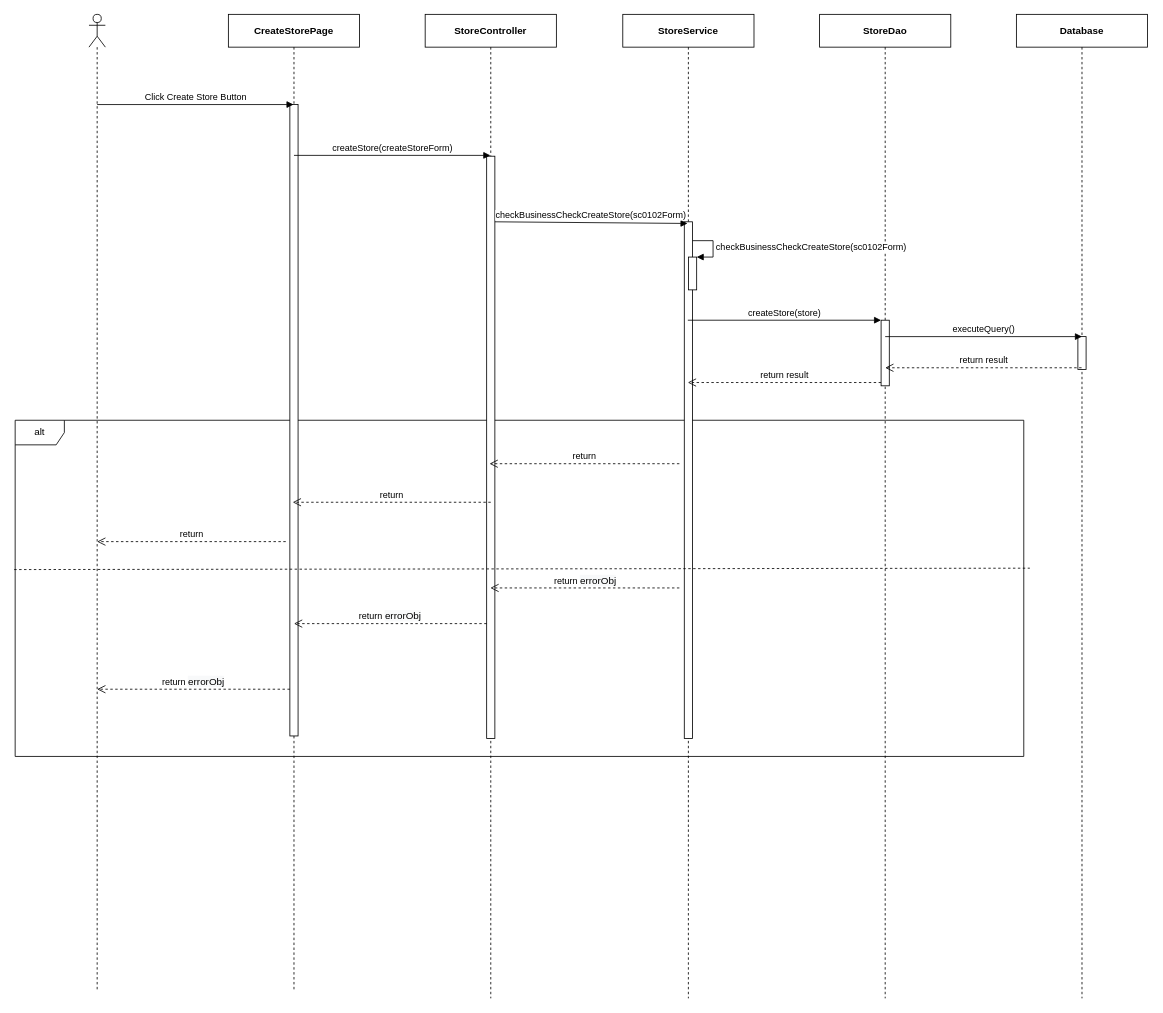
Before: 0. Create/Sequece/sc01/SC0102_CreateStore.drawio in luannmdev/CapstoneDocument, a draw.io diagram. Source tidied: cells renumbered, new cells numbered last; positions are measured from the earlier drawing's top-left corner, leaving out a move shared by most shapes. Both pictures are drawn from the tidied source at 82%, with x=0, y=0 at pixel (14, 14).
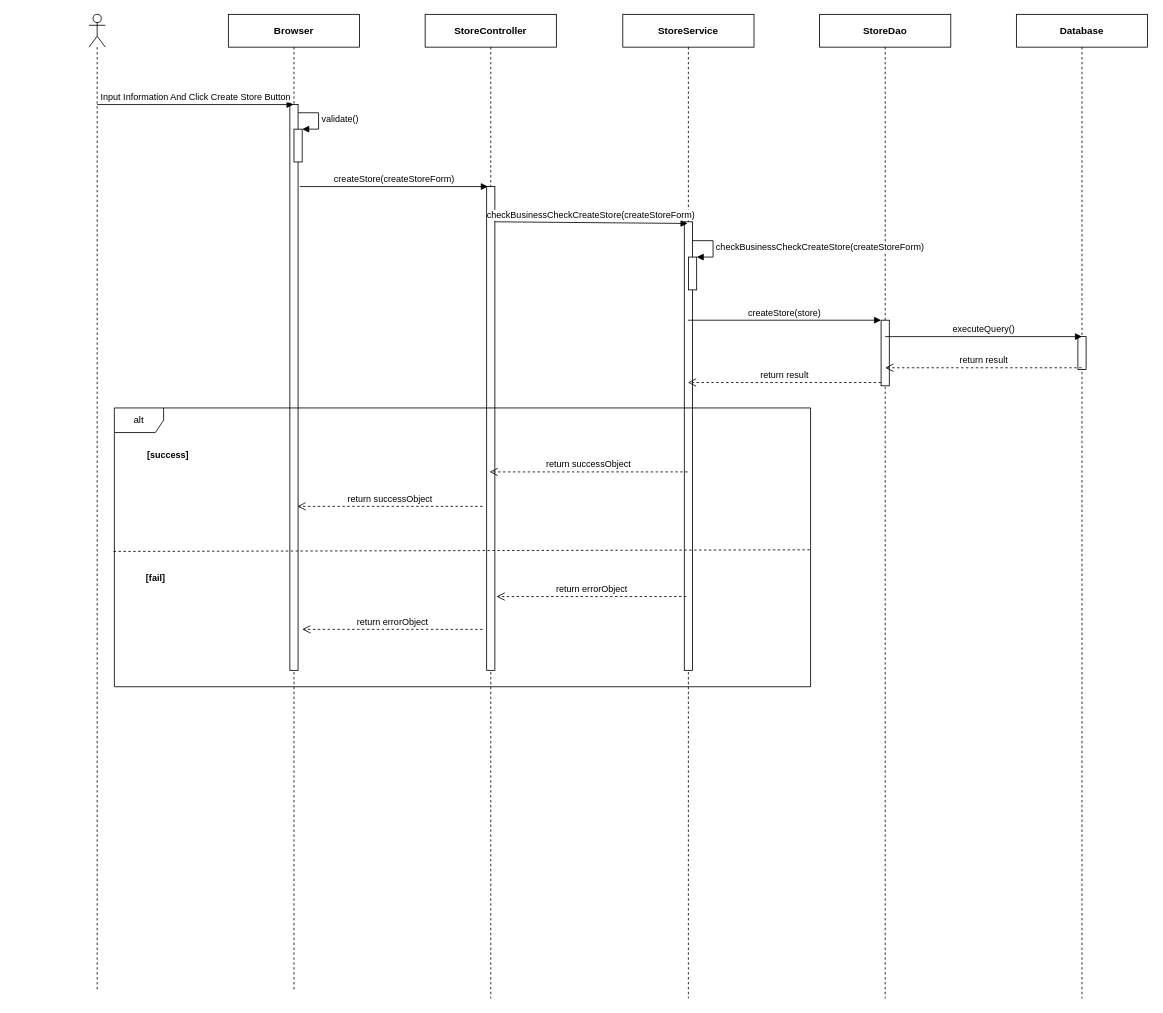
The same diagram, later.

Unchanged cells that the change refers to:
```xml
<mxCell id="7" value="&lt;b&gt;StoreService&lt;/b&gt;" style="shape=umlLifeline;perimeter=lifelinePerimeter;whiteSpace=wrap;html=1;" parent="1" vertex="1">
  <mxGeometry x="742" width="160" height="1200" as="geometry" />
</mxCell>
<mxCell id="9" value="&lt;b&gt;StoreController&lt;/b&gt;" style="shape=umlLifeline;perimeter=lifelinePerimeter;whiteSpace=wrap;html=1;" parent="1" vertex="1">
  <mxGeometry x="501" width="160" height="1200" as="geometry" />
</mxCell>
<mxCell id="14" style="html=1;points=[];perimeter=orthogonalPerimeter;" parent="1" vertex="1">
  <mxGeometry x="822.1" y="296" width="10" height="40" as="geometry" />
</mxCell>
```

Diff of the diagram source:
```diff
@@
-    <mxCell id="2" value="alt" style="shape=umlFrame;whiteSpace=wrap;html=1;" parent="1" vertex="1">
-      <mxGeometry x="1" y="495" width="1230" height="410" as="geometry" />
-    </mxCell>
@@
-    <mxCell id="4" value="&lt;b&gt;CreateStorePage&lt;/b&gt;" style="shape=umlLifeline;perimeter=lifelinePerimeter;whiteSpace=wrap;html=1;outlineConnect=0;" parent="1" vertex="1">
+    <mxCell id="4" value="&lt;b&gt;Browser&lt;/b&gt;" style="shape=umlLifeline;perimeter=lifelinePerimeter;whiteSpace=wrap;html=1;outlineConnect=0;" parent="1" vertex="1">
       <mxGeometry x="261" width="160" height="1190" as="geometry" />
     </mxCell>
     <mxCell id="5" style="html=1;perimeter=orthogonalPerimeter;" parent="4" vertex="1">
-      <mxGeometry x="75" y="110" width="10" height="770" as="geometry" />
+      <mxGeometry x="75" y="110" width="10" height="690" as="geometry" />
     </mxCell>
@@
     <mxCell id="8" style="html=1;perimeter=orthogonalPerimeter;" parent="7" vertex="1">
-      <mxGeometry x="75" y="253" width="10" height="630" as="geometry" />
+      <mxGeometry x="75" y="253" width="10" height="547" as="geometry" />
     </mxCell>
@@
     <mxCell id="10" style="html=1;perimeter=orthogonalPerimeter;" parent="9" vertex="1">
-      <mxGeometry x="75" y="173" width="10" height="710" as="geometry" />
+      <mxGeometry x="75" y="210" width="10" height="590" as="geometry" />
     </mxCell>
-    <mxCell id="11" value="Click Create Store Button" style="html=1;verticalAlign=bottom;endArrow=block;" parent="1" edge="1" target="4">
+    <mxCell id="11" value="Input Information And Click Create Store Button" style="html=1;verticalAlign=bottom;endArrow=block;" parent="1" edge="1" target="4">
       <mxGeometry relative="1" as="geometry">
         <mxPoint x="101" y="110" as="sourcePoint" />
       </mxGeometry>
     </mxCell>
     <mxCell id="12" value="createStore(createStoreForm)" style="html=1;verticalAlign=bottom;endArrow=block;" parent="1" edge="1">
       <mxGeometry relative="1" as="geometry">
-        <mxPoint x="341" y="172" as="sourcePoint" />
-        <mxPoint x="580.5" y="172" as="targetPoint" />
+        <mxPoint x="348" y="210" as="sourcePoint" />
+        <mxPoint x="577.5" y="210" as="targetPoint" />
       </mxGeometry>
     </mxCell>
-    <mxCell id="13" value="checkBusinessCheckCreateStore(sc0102Form)" style="html=1;verticalAlign=bottom;endArrow=block;" parent="1" edge="1">
+    <mxCell id="13" value="checkBusinessCheckCreateStore(createStoreForm)" style="html=1;verticalAlign=bottom;endArrow=block;" parent="1" edge="1">
       <mxGeometry relative="1" as="geometry">
         <mxPoint x="586.1" y="253" as="sourcePoint" />
         <mxPoint x="821" y="255" as="targetPoint" />
       </mxGeometry>
     </mxCell>
@@
-    <mxCell id="15" value="&lt;span style=&quot;text-align: center&quot;&gt;checkBusinessCheckCreateStore(sc0102Form)&lt;/span&gt;" style="edgeStyle=orthogonalEdgeStyle;html=1;align=left;spacingLeft=2;endArrow=block;rounded=0;entryX=1;entryY=0;" parent="1" edge="1" target="14">
+    <mxCell id="15" value="&lt;span style=&quot;text-align: center&quot;&gt;checkBusinessCheckCreateStore(&lt;/span&gt;&lt;span style=&quot;text-align: center&quot;&gt;createStoreForm&lt;/span&gt;&lt;span style=&quot;text-align: center&quot;&gt;)&lt;/span&gt;" style="edgeStyle=orthogonalEdgeStyle;html=1;align=left;spacingLeft=2;endArrow=block;rounded=0;entryX=1;entryY=0;" parent="1" edge="1" target="14">
       <mxGeometry relative="1" as="geometry">
         <mxPoint x="827.1" y="276" as="sourcePoint" />
         <Array as="points">
           <mxPoint x="852.1" y="276" />
         </Array>
       </mxGeometry>
     </mxCell>
@@
-    <mxCell id="19" value="return&amp;nbsp;&lt;span style=&quot;font-size: 12px ; background-color: rgb(248 , 249 , 250)&quot;&gt;errorObj&lt;/span&gt;" style="html=1;verticalAlign=bottom;endArrow=open;dashed=1;endSize=8;" parent="1" edge="1">
-      <mxGeometry relative="1" as="geometry">
-        <mxPoint x="811" y="699.5" as="sourcePoint" />
-        <mxPoint x="580.5" y="699.5" as="targetPoint" />
-      </mxGeometry>
-    </mxCell>
-    <mxCell id="20" value="return&amp;nbsp;&lt;span style=&quot;font-size: 12px ; background-color: rgb(248 , 249 , 250)&quot;&gt;errorObj&lt;/span&gt;" style="html=1;verticalAlign=bottom;endArrow=open;dashed=1;endSize=8;" parent="1" edge="1">
-      <mxGeometry relative="1" as="geometry">
-        <mxPoint x="576" y="743" as="sourcePoint" />
-        <mxPoint x="341" y="743" as="targetPoint" />
-      </mxGeometry>
-    </mxCell>
-    <mxCell id="21" value="return" style="html=1;verticalAlign=bottom;endArrow=open;dashed=1;endSize=8;" parent="1" edge="1">
-      <mxGeometry relative="1" as="geometry">
-        <mxPoint x="811" y="548" as="sourcePoint" />
-        <mxPoint x="579.5" y="548" as="targetPoint" />
-      </mxGeometry>
-    </mxCell>
-    <mxCell id="22" style="endArrow=none;dashed=1;html=1;entryX=1.006;entryY=0.362;entryDx=0;entryDy=0;entryPerimeter=0;exitX=-0.001;exitY=0.366;exitDx=0;exitDy=0;exitPerimeter=0;" parent="1" edge="1">
-      <mxGeometry relative="1" as="geometry">
-        <mxPoint x="-0.2" y="677.1" as="sourcePoint" />
-        <mxPoint x="1238.4" y="675.4" as="targetPoint" />
-      </mxGeometry>
-    </mxCell>
-    <mxCell id="23" value="return" style="html=1;verticalAlign=bottom;endArrow=open;dashed=1;endSize=8;" parent="1" edge="1">
-      <mxGeometry relative="1" as="geometry">
-        <mxPoint x="581" y="595" as="sourcePoint" />
-        <mxPoint x="339.5" y="595" as="targetPoint" />
-      </mxGeometry>
-    </mxCell>
@@
-    <mxCell id="28" value="return" style="html=1;verticalAlign=bottom;endArrow=open;dashed=1;endSize=8;" parent="1" edge="1">
-      <mxGeometry relative="1" as="geometry">
-        <mxPoint x="331" y="643" as="sourcePoint" />
-        <mxPoint x="101" y="643" as="targetPoint" />
-      </mxGeometry>
-    </mxCell>
-    <mxCell id="29" value="return&amp;nbsp;&lt;span style=&quot;font-size: 12px ; background-color: rgb(248 , 249 , 250)&quot;&gt;errorObj&lt;/span&gt;" style="html=1;verticalAlign=bottom;endArrow=open;dashed=1;endSize=8;" parent="1" edge="1">
-      <mxGeometry relative="1" as="geometry">
-        <mxPoint x="336" y="823" as="sourcePoint" />
-        <mxPoint x="101" y="823" as="targetPoint" />
-      </mxGeometry>
-    </mxCell>
+    <mxCell id="2" value="alt" style="shape=umlFrame;whiteSpace=wrap;html=1;" parent="1" vertex="1">
+      <mxGeometry x="122" y="480" width="849" height="340" as="geometry" />
+    </mxCell>
+    <mxCell id="30" value="&lt;span style=&quot;font-size: 11px ; background-color: rgb(255 , 255 , 255)&quot;&gt;&lt;b&gt;[success]&lt;/b&gt;&lt;/span&gt;" style="text;html=1;align=center;verticalAlign=middle;" parent="1" vertex="1">
+      <mxGeometry x="152" y="528" width="70" height="20" as="geometry" />
+    </mxCell>
+    <mxCell id="31" value="&lt;span style=&quot;font-size: 11px ; background-color: rgb(255 , 255 , 255)&quot;&gt;&lt;b&gt;[fail]&lt;/b&gt;&lt;/span&gt;" style="text;html=1;align=center;verticalAlign=middle;" parent="1" vertex="1">
+      <mxGeometry x="152" y="678" width="40" height="20" as="geometry" />
+    </mxCell>
+    <mxCell id="32" value="return errorObject" style="html=1;verticalAlign=bottom;endArrow=open;dashed=1;endSize=8;" parent="1" edge="1">
+      <mxGeometry relative="1" as="geometry">
+        <mxPoint x="571" y="750" as="sourcePoint" />
+        <mxPoint x="351" y="750" as="targetPoint" />
+      </mxGeometry>
+    </mxCell>
+    <mxCell id="33" value="return successObject" style="html=1;verticalAlign=bottom;endArrow=open;dashed=1;endSize=8;" parent="1" edge="1">
+      <mxGeometry relative="1" as="geometry">
+        <mxPoint x="571" y="600" as="sourcePoint" />
+        <mxPoint x="345.2" y="600" as="targetPoint" />
+      </mxGeometry>
+    </mxCell>
+    <mxCell id="34" value="return successObject" style="html=1;verticalAlign=bottom;endArrow=open;dashed=1;endSize=8;" parent="1" edge="1">
+      <mxGeometry relative="1" as="geometry">
+        <mxPoint x="821" y="558" as="sourcePoint" />
+        <mxPoint x="579.5" y="558" as="targetPoint" />
+      </mxGeometry>
+    </mxCell>
+    <mxCell id="35" value="return errorObject" style="html=1;verticalAlign=bottom;endArrow=open;dashed=1;endSize=8;" parent="1" edge="1">
+      <mxGeometry relative="1" as="geometry">
+        <mxPoint x="819.5" y="710" as="sourcePoint" />
+        <mxPoint x="588" y="710" as="targetPoint" />
+      </mxGeometry>
+    </mxCell>
+    <mxCell id="36" style="endArrow=none;dashed=1;html=1;exitX=-0.001;exitY=0.303;exitDx=0;exitDy=0;exitPerimeter=0;" parent="1" edge="1">
+      <mxGeometry relative="1" as="geometry">
+        <mxPoint x="121" y="655" as="sourcePoint" />
+        <mxPoint x="971" y="653" as="targetPoint" />
+      </mxGeometry>
+    </mxCell>
+    <mxCell id="37" style="html=1;points=[];perimeter=orthogonalPerimeter;" parent="1" vertex="1">
+      <mxGeometry x="341" y="140" width="10" height="40" as="geometry" />
+    </mxCell>
+    <mxCell id="38" value="validate()" style="edgeStyle=orthogonalEdgeStyle;html=1;align=left;spacingLeft=2;endArrow=block;rounded=0;entryX=1;entryY=0;" parent="1" edge="1" target="37">
+      <mxGeometry relative="1" as="geometry">
+        <mxPoint x="346" y="120" as="sourcePoint" />
+        <Array as="points">
+          <mxPoint x="371" y="120" />
+        </Array>
+      </mxGeometry>
+    </mxCell>
```
